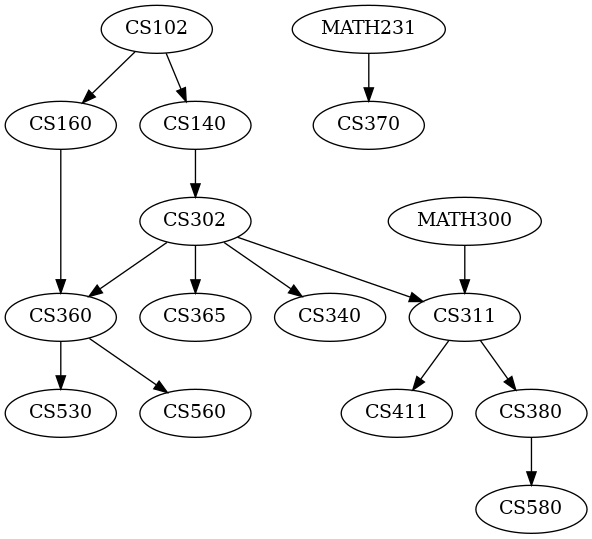
The Graphviz diagram Assignment_7/depGraph.png in kaushalmistry/DSLabAssignments, before a commit. Its source is kept beside it as Assignment_7/depGraph.gv.
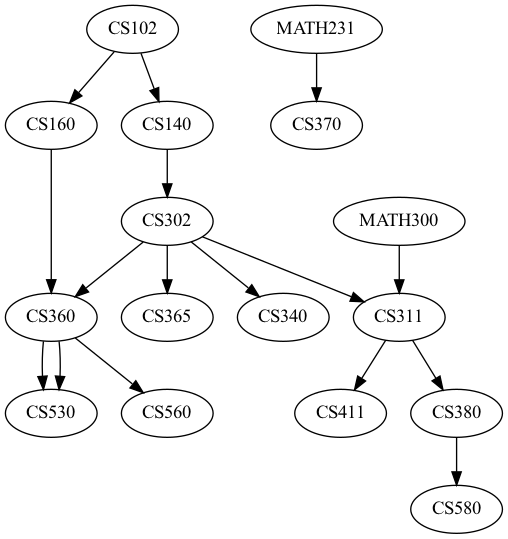
Above is the later version.

Change to the diagram source:
```diff
@@ -18,6 +18,7 @@
 CS311 -> CS380;
 CS360;
 CS360 -> CS530;
+CS360 -> CS530;
 CS360 -> CS560;
 CS340;
 CS380;
```
